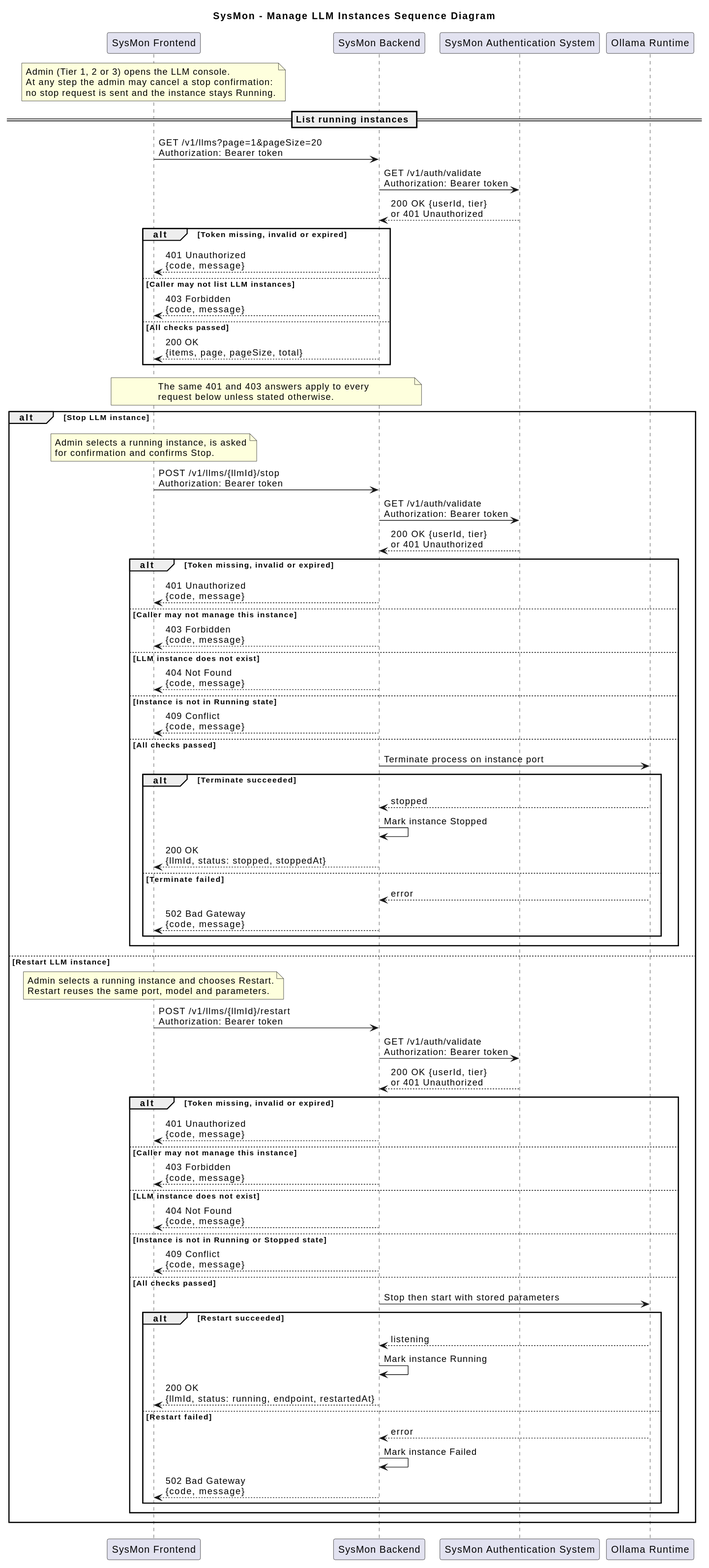
Before: Task3/sequence_diagrams/manage_llm_instances.svg, a diagram exported from PlantUML (hriday111/SysMon). Its diagram source:
```plantuml
@startuml
title SysMon - Manage LLM Instances Sequence Diagram

participant "SysMon Frontend" as Frontend
participant "SysMon Backend" as Backend
participant "SysMon Authentication System" as Auth
participant "Ollama Runtime" as Ollama

note over Frontend
  Admin (Tier 1, 2 or 3) opens the LLM console.
  At any step the admin may cancel a stop confirmation:
  no stop request is sent and the instance stays Running.
end note

== List running instances ==
Frontend -> Backend : GET /v1/llms?page=1&pageSize=20\nAuthorization: Bearer token
Backend -> Auth : GET /v1/auth/validate\nAuthorization: Bearer token
Auth --> Backend : 200 OK {userId, tier}\nor 401 Unauthorized

alt Token missing, invalid or expired
  Backend --> Frontend : 401 Unauthorized\n{code, message}
else Caller may not list LLM instances
  Backend --> Frontend : 403 Forbidden\n{code, message}
else All checks passed
  Backend --> Frontend : 200 OK\n{items, page, pageSize, total}
end

note over Frontend, Backend
  The same 401 and 403 answers apply to every
  request below unless stated otherwise.
end note

alt Stop LLM instance
  note over Frontend
    Admin selects a running instance, is asked
    for confirmation and confirms Stop.
  end note

  Frontend -> Backend : POST /v1/llms/{llmId}/stop\nAuthorization: Bearer token
  Backend -> Auth : GET /v1/auth/validate\nAuthorization: Bearer token
  Auth --> Backend : 200 OK {userId, tier}\nor 401 Unauthorized

  alt Token missing, invalid or expired
    Backend --> Frontend : 401 Unauthorized\n{code, message}
  else Caller may not manage this instance
    Backend --> Frontend : 403 Forbidden\n{code, message}
  else LLM instance does not exist
    Backend --> Frontend : 404 Not Found\n{code, message}
  else Instance is not in Running state
    Backend --> Frontend : 409 Conflict\n{code, message}
  else All checks passed
    Backend -> Ollama : Terminate process on instance port
    alt Terminate succeeded
      Ollama --> Backend : stopped
      Backend -> Backend : Mark instance Stopped
      Backend --> Frontend : 200 OK\n{llmId, status: stopped, stoppedAt}
    else Terminate failed
      Ollama --> Backend : error
      Backend --> Frontend : 502 Bad Gateway\n{code, message}
    end
  end

else Restart LLM instance
  note over Frontend
    Admin selects a running instance and chooses Restart.
    Restart reuses the same port, model and parameters.
  end note

  Frontend -> Backend : POST /v1/llms/{llmId}/restart\nAuthorization: Bearer token
  Backend -> Auth : GET /v1/auth/validate\nAuthorization: Bearer token
  Auth --> Backend : 200 OK {userId, tier}\nor 401 Unauthorized

  alt Token missing, invalid or expired
    Backend --> Frontend : 401 Unauthorized\n{code, message}
  else Caller may not manage this instance
    Backend --> Frontend : 403 Forbidden\n{code, message}
  else LLM instance does not exist
    Backend --> Frontend : 404 Not Found\n{code, message}
  else Instance is not in Running or Stopped state
    Backend --> Frontend : 409 Conflict\n{code, message}
  else All checks passed
    Backend -> Ollama : Stop then start with stored parameters
    alt Restart succeeded
      Ollama --> Backend : listening
      Backend -> Backend : Mark instance Running
      Backend --> Frontend : 200 OK\n{llmId, status: running, endpoint, restartedAt}
    else Restart failed
      Ollama --> Backend : error
      Backend -> Backend : Mark instance Failed
      Backend --> Frontend : 502 Bad Gateway\n{code, message}
    end
  end
end
@enduml
```
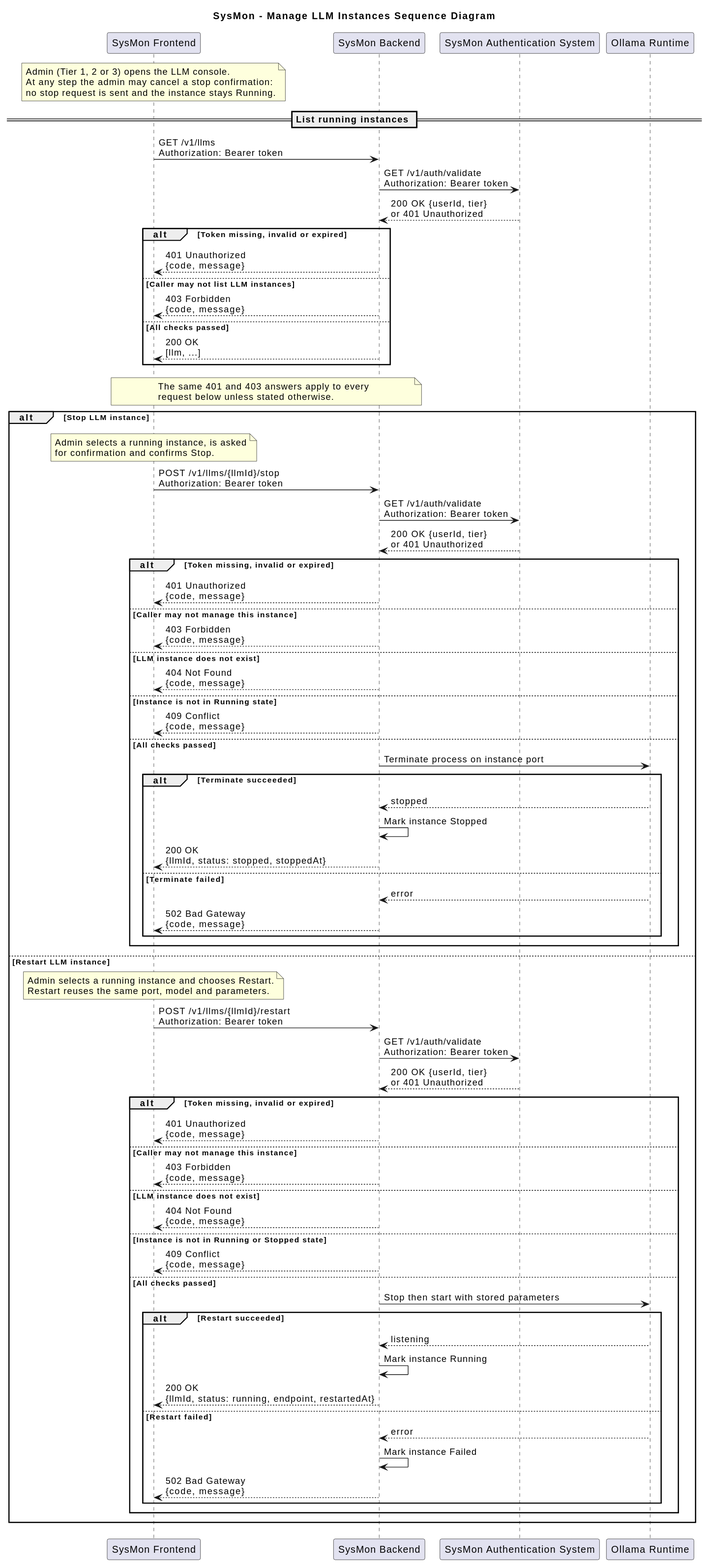
The same file after the commit.

Change to the diagram source:
```diff
@@ -13,7 +13,7 @@
 end note
 
 == List running instances ==
-Frontend -> Backend : GET /v1/llms?page=1&pageSize=20\nAuthorization: Bearer token
+Frontend -> Backend : GET /v1/llms\nAuthorization: Bearer token
 Backend -> Auth : GET /v1/auth/validate\nAuthorization: Bearer token
 Auth --> Backend : 200 OK {userId, tier}\nor 401 Unauthorized
 
@@ -22,7 +22,7 @@
 else Caller may not list LLM instances
   Backend --> Frontend : 403 Forbidden\n{code, message}
 else All checks passed
-  Backend --> Frontend : 200 OK\n{items, page, pageSize, total}
+  Backend --> Frontend : 200 OK\n[llm, ...]
 end
 
 note over Frontend, Backend
```
